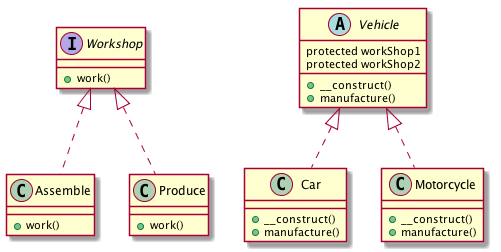
Earlier version of the PlantUML export Structural/Bridge/uml/uml.png (DesignPatternsPHP/DesignPatternsPHP). Its diagram source:
```plantuml
@startuml
class Assemble {
    +work()
}

class Car {
    +__construct()
    +manufacture()
}

class Motorcycle {
    +__construct()
    +manufacture()
}

class Produce {
    +work()
}

abstract class Vehicle {
    protected workShop1
    protected workShop2
    +__construct()
    +manufacture()
}

interface Workshop {
    +work()
}

Workshop <|.. Assemble
Workshop <|.. Produce
Vehicle <|.. Motorcycle
Vehicle <|.. Car
@enduml
```
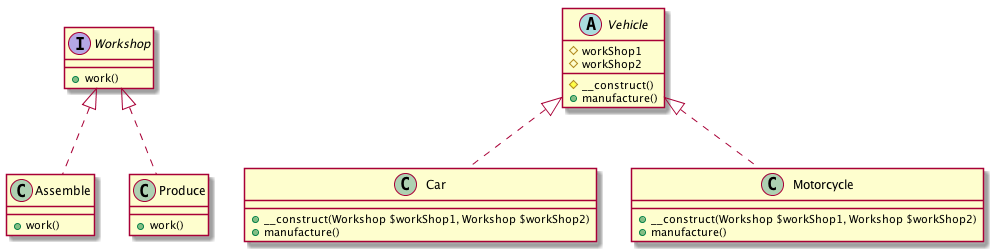
The same file after the commit.

Diff of the diagram source:
```diff
@@ -4,12 +4,12 @@
 }
 
 class Car {
-    +__construct()
+    +__construct(Workshop $workShop1, Workshop $workShop2)
     +manufacture()
 }
 
 class Motorcycle {
-    +__construct()
+    +__construct(Workshop $workShop1, Workshop $workShop2)
     +manufacture()
 }
 
@@ -18,9 +18,9 @@
 }
 
 abstract class Vehicle {
-    protected workShop1
-    protected workShop2
-    +__construct()
+    #workShop1
+    #workShop2
+    #__construct()
     +manufacture()
 }
 
```
